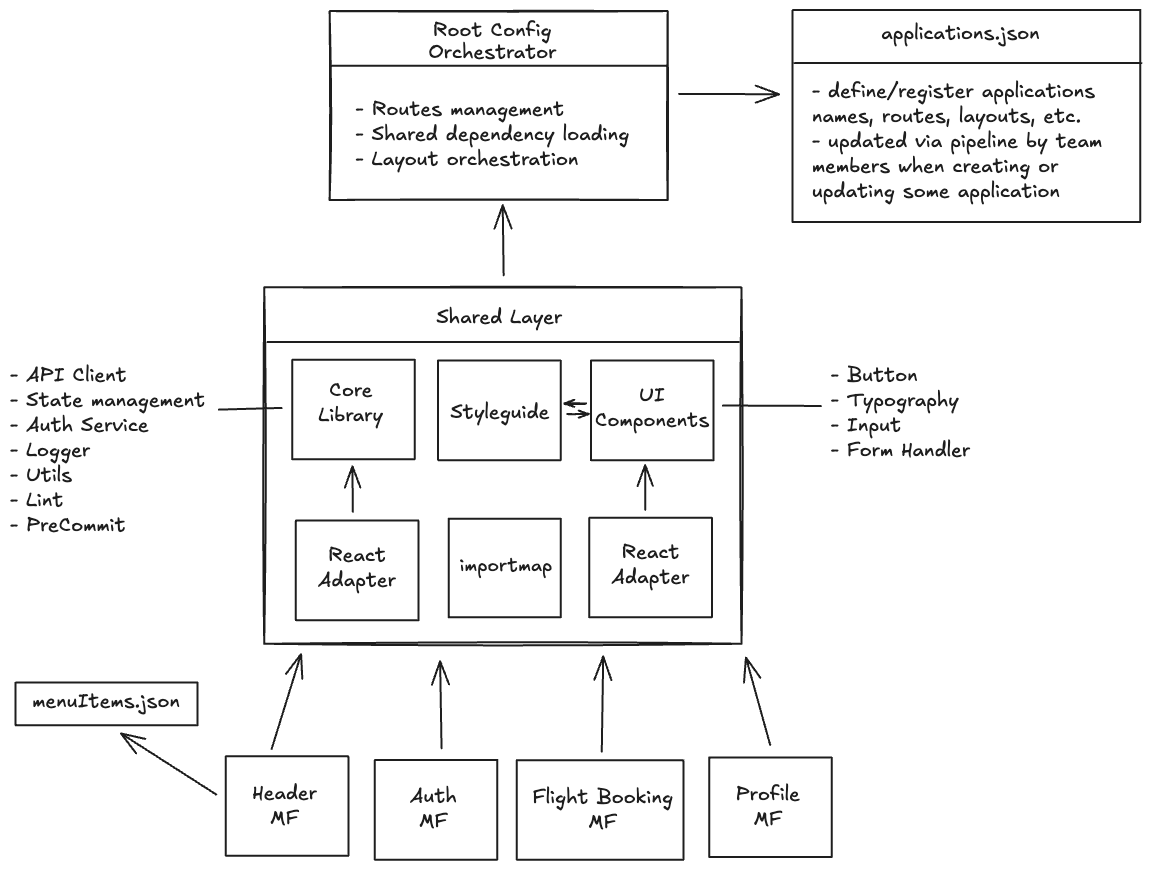
Before: profile/project-architecture.excalidraw.png, a diagram exported from Excalidraw (skymfe/.github). Source tidied: one line per element, renumbered; positions are measured from the earlier drawing's top-left corner, leaving out a move shared by most shapes.
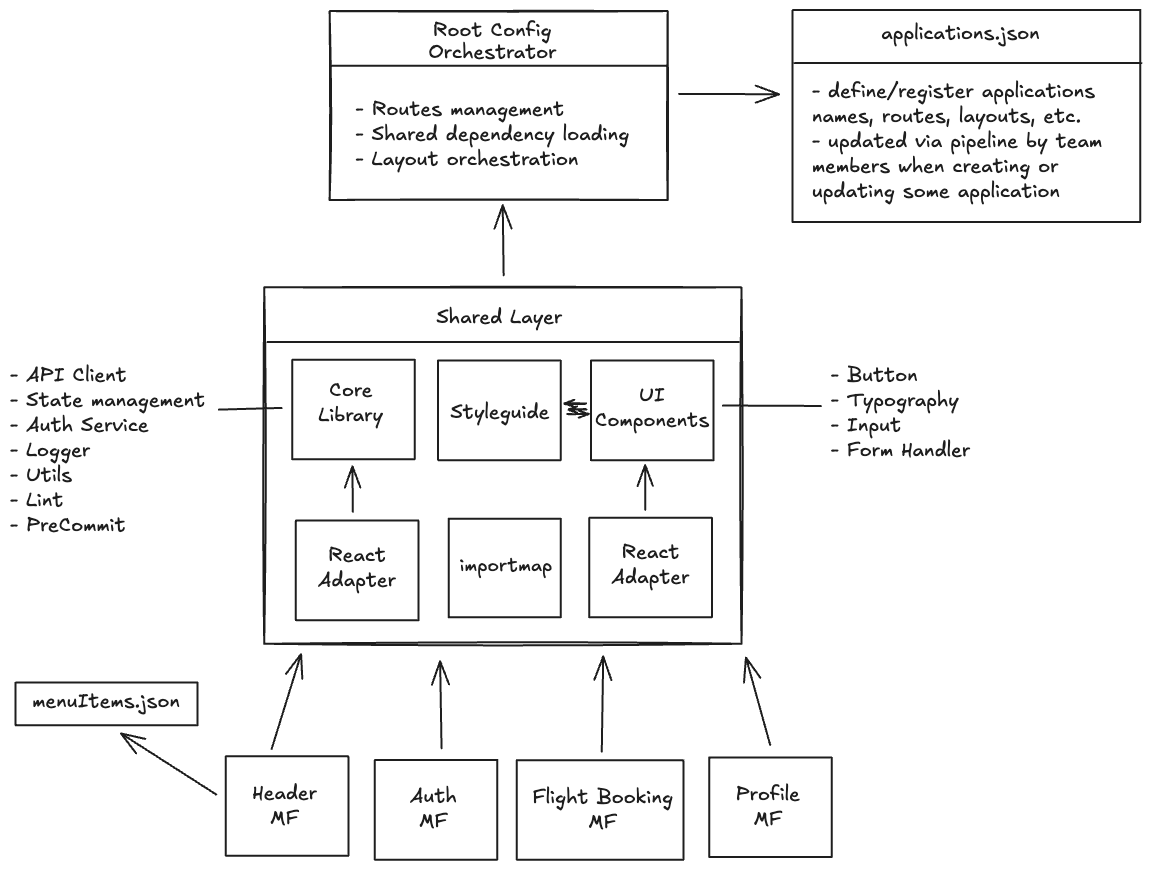
The same file after the commit.

Commit message:
chore: refresh project architecture diagram to include recent changes

Change to the diagram source:
```diff
@@ -45,3 +45,4 @@
 {"id": 44, "type": "text", "text": "importmap", "strokeColor": "#1e1e1e", "strokeWidth": 2, "roughness": 0, "fontSize": 19.23, "fontFamily": 5, "textAlign": "center", "x": 450, "y": 544, "width": 93, "height": 24}
 {"id": 45, "type": "rectangle", "strokeColor": "#1e1e1e", "strokeWidth": 2, "roughness": 0, "x": 428, "y": 351, "width": 123, "height": 100}
 {"id": 46, "type": "text", "text": "Styleguide", "strokeColor": "#1e1e1e", "strokeWidth": 2, "roughness": 0, "fontSize": 20, "fontFamily": 5, "textAlign": "center", "x": 440, "y": 390, "width": 99, "height": 25}
+{"id": 47, "type": "arrow", "strokeColor": "#1e1e1e", "strokeWidth": 2, "roughness": 1, "endArrowhead": "arrow", "round": true, "from": 31, "to": 45, "x": 577, "y": 400, "width": 18, "height": 1, "points": [[0, 0], [-18, -1]]}
```
